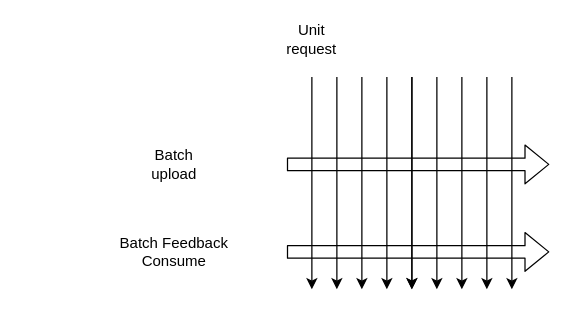
This is page "Page-3" (3 of 4) of Untitled Diagram.drawio from dongposhi/Mimicat, a draw.io file, before an edit. Source tidied: cells renumbered, new cells numbered last; positions are measured from the earlier drawing's top-left corner, leaving out a move shared by most shapes. Both pictures are drawn from the tidied source at 125%, with x=0, y=0 at pixel (118, 26).
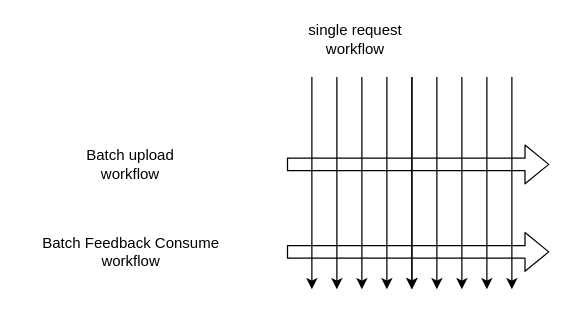
The same page after the edit.

Diff of the diagram source:
```diff
@@
-    <mxCell id="14" value="Batch upload" style="text;html=1;strokeColor=none;fillColor=none;align=center;verticalAlign=middle;whiteSpace=wrap;rounded=0;" parent="1" vertex="1">
-      <mxGeometry x="25" y="100" width="40" height="20" as="geometry" />
+    <mxCell id="14" value="Batch upload workflow" style="text;html=1;strokeColor=none;fillColor=none;align=center;verticalAlign=middle;whiteSpace=wrap;rounded=0;" parent="1" vertex="1">
+      <mxGeometry x="-45" y="100" width="110" height="20" as="geometry" />
     </mxCell>
-    <mxCell id="15" value="Batch Feedback Consume" style="text;html=1;strokeColor=none;fillColor=none;align=center;verticalAlign=middle;whiteSpace=wrap;rounded=0;" parent="1" vertex="1">
-      <mxGeometry y="170" width="90" height="20" as="geometry" />
+    <mxCell id="15" value="Batch Feedback Consume workflow" style="text;html=1;strokeColor=none;fillColor=none;align=center;verticalAlign=middle;whiteSpace=wrap;rounded=0;" parent="1" vertex="1">
+      <mxGeometry x="-77.5" y="170" width="175" height="20" as="geometry" />
     </mxCell>
-    <mxCell id="16" value="Unit request" style="text;html=1;strokeColor=none;fillColor=none;align=center;verticalAlign=middle;whiteSpace=wrap;rounded=0;" parent="1" vertex="1">
-      <mxGeometry x="135" width="40" height="20" as="geometry" />
+    <mxCell id="16" value="single request workflow" style="text;html=1;strokeColor=none;fillColor=none;align=center;verticalAlign=middle;whiteSpace=wrap;rounded=0;" parent="1" vertex="1">
+      <mxGeometry x="135" width="110" height="20" as="geometry" />
     </mxCell>
```
